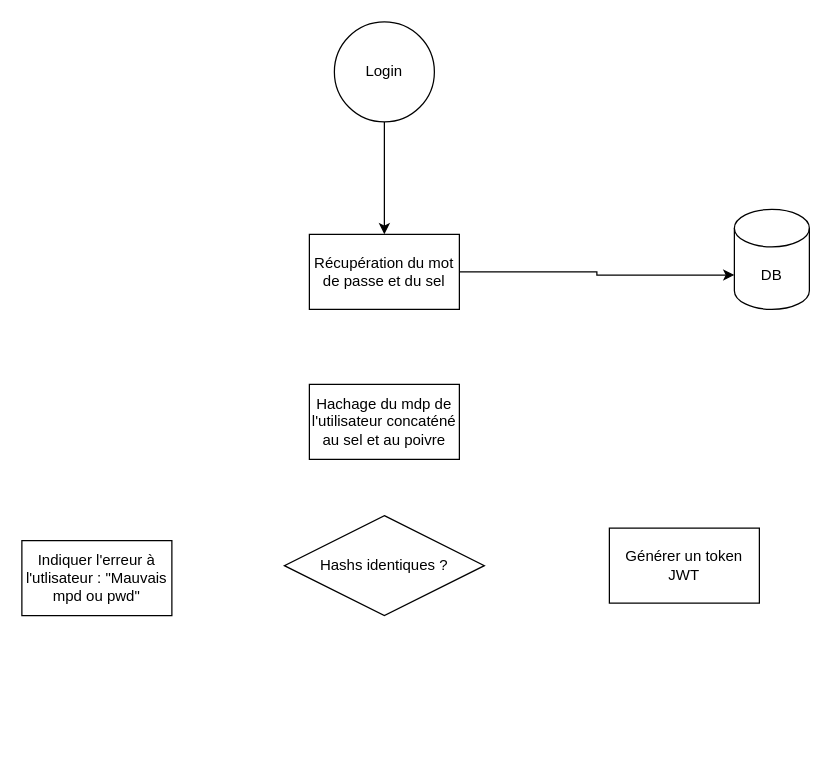
This is Documentation/schema-login.drawio from ASETML/P_APP_183_Secured_WebShop, a draw.io file, before an edit. Source tidied: cells renumbered, new cells numbered last; positions are measured from the earlier drawing's top-left corner, leaving out a move shared by most shapes. Both pictures are drawn from the tidied source at 125%, with x=0, y=0 at pixel (21, 21).
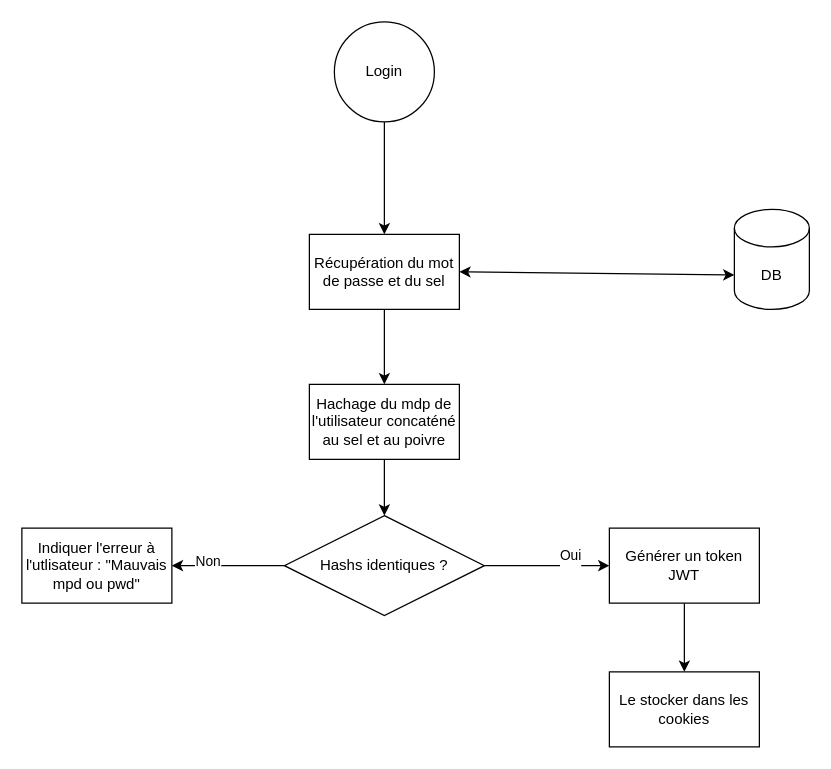
Above is the later version.

Commit message:
doc(Schéma): Fin du schéma de login

What changed in the source:
```diff
@@
 <mxGraphModel>
   <root>
     <mxCell id="0" />
     <mxCell id="1" parent="0" />
     <mxCell id="2" style="edgeStyle=orthogonalEdgeStyle;rounded=0;jettySize=auto;html=1;" parent="1" edge="1" source="3" target="5">
       <mxGeometry relative="1" as="geometry" />
     </mxCell>
     <mxCell id="3" value="Login" style="ellipse;whiteSpace=wrap;html=1;" parent="1" vertex="1">
       <mxGeometry x="250" width="80" height="80" as="geometry" />
     </mxCell>
     <mxCell id="4" value="DB" style="shape=cylinder3;whiteSpace=wrap;html=1;boundedLbl=1;backgroundOutline=1;size=15;" parent="1" vertex="1">
       <mxGeometry x="570" y="150" width="60" height="80" as="geometry" />
     </mxCell>
+    <mxCell id="11" style="edgeStyle=orthogonalEdgeStyle;rounded=0;jettySize=auto;html=1;" parent="1" edge="1" source="5" target="7">
+      <mxGeometry relative="1" as="geometry" />
+    </mxCell>
     <mxCell id="5" value="Récupération du mot de passe et du sel" style="rounded=0;whiteSpace=wrap;html=1;" parent="1" vertex="1">
       <mxGeometry x="230" y="170" width="120" height="60" as="geometry" />
     </mxCell>
-    <mxCell id="6" style="edgeStyle=orthogonalEdgeStyle;rounded=0;jettySize=auto;html=1;entryX=0;entryY=0;entryDx=0;entryDy=52.5;entryPerimeter=0;" parent="1" edge="1" source="5" target="4">
-      <mxGeometry relative="1" as="geometry" />
-    </mxCell>
+    <mxCell id="12" style="edgeStyle=orthogonalEdgeStyle;rounded=0;jettySize=auto;html=1;" parent="1" edge="1" source="7" target="8">
+      <mxGeometry relative="1" as="geometry" />
+    </mxCell>
     <mxCell id="7" value="Hachage du mdp de l'utilisateur concaténé au sel et au poivre" style="rounded=0;whiteSpace=wrap;html=1;" parent="1" vertex="1">
       <mxGeometry x="230" y="290" width="120" height="60" as="geometry" />
     </mxCell>
+    <mxCell id="13" style="edgeStyle=orthogonalEdgeStyle;rounded=0;jettySize=auto;html=1;" parent="1" edge="1" source="8" target="9">
+      <mxGeometry relative="1" as="geometry" />
+    </mxCell>
+    <mxCell id="14" value="&lt;div&gt;Oui&lt;/div&gt;&lt;div&gt;&lt;br&gt;&lt;/div&gt;" style="edgeLabel;html=1;align=center;verticalAlign=middle;" parent="13" vertex="1">
+      <mxGeometry x="0.36" y="2" relative="1" as="geometry" />
+    </mxCell>
+    <mxCell id="15" style="edgeStyle=orthogonalEdgeStyle;rounded=0;jettySize=auto;html=1;" parent="1" edge="1" source="8" target="10">
+      <mxGeometry relative="1" as="geometry" />
+    </mxCell>
+    <mxCell id="16" value="&lt;div&gt;Non&lt;/div&gt;&lt;div&gt;&lt;br&gt;&lt;/div&gt;" style="edgeLabel;html=1;align=center;verticalAlign=middle;" parent="15" vertex="1">
+      <mxGeometry x="0.38" y="3" relative="1" as="geometry" />
+    </mxCell>
     <mxCell id="8" value="Hashs identiques ?" style="rhombus;whiteSpace=wrap;html=1;" parent="1" vertex="1">
       <mxGeometry x="210" y="395" width="160" height="80" as="geometry" />
     </mxCell>
+    <mxCell id="17" style="edgeStyle=orthogonalEdgeStyle;rounded=0;jettySize=auto;html=1;" parent="1" edge="1" source="9" target="18">
+      <mxGeometry relative="1" as="geometry" />
+    </mxCell>
     <mxCell id="9" value="Générer un token JWT" style="rounded=0;whiteSpace=wrap;html=1;" parent="1" vertex="1">
       <mxGeometry x="470" y="405" width="120" height="60" as="geometry" />
     </mxCell>
     <mxCell id="10" value="Indiquer l'erreur à l'utlisateur : &quot;Mauvais mpd ou pwd&quot;" style="rounded=0;whiteSpace=wrap;html=1;" parent="1" vertex="1">
-      <mxGeometry y="415" width="120" height="60" as="geometry" />
+      <mxGeometry y="405" width="120" height="60" as="geometry" />
     </mxCell>
+    <mxCell id="6" style="endArrow=classic;startArrow=classic;html=1;rounded=0;entryX=0;entryY=0;entryDx=0;entryDy=52.5;entryPerimeter=0;exitX=1;exitY=0.5;exitDx=0;exitDy=0;" parent="1" edge="1" source="5" target="4">
+      <mxGeometry relative="1" as="geometry" />
+    </mxCell>
+    <mxCell id="18" value="Le stocker dans les cookies" style="rounded=0;whiteSpace=wrap;html=1;" parent="1" vertex="1">
+      <mxGeometry x="470" y="520" width="120" height="60" as="geometry" />
+    </mxCell>
   </root>
 </mxGraphModel>
```
